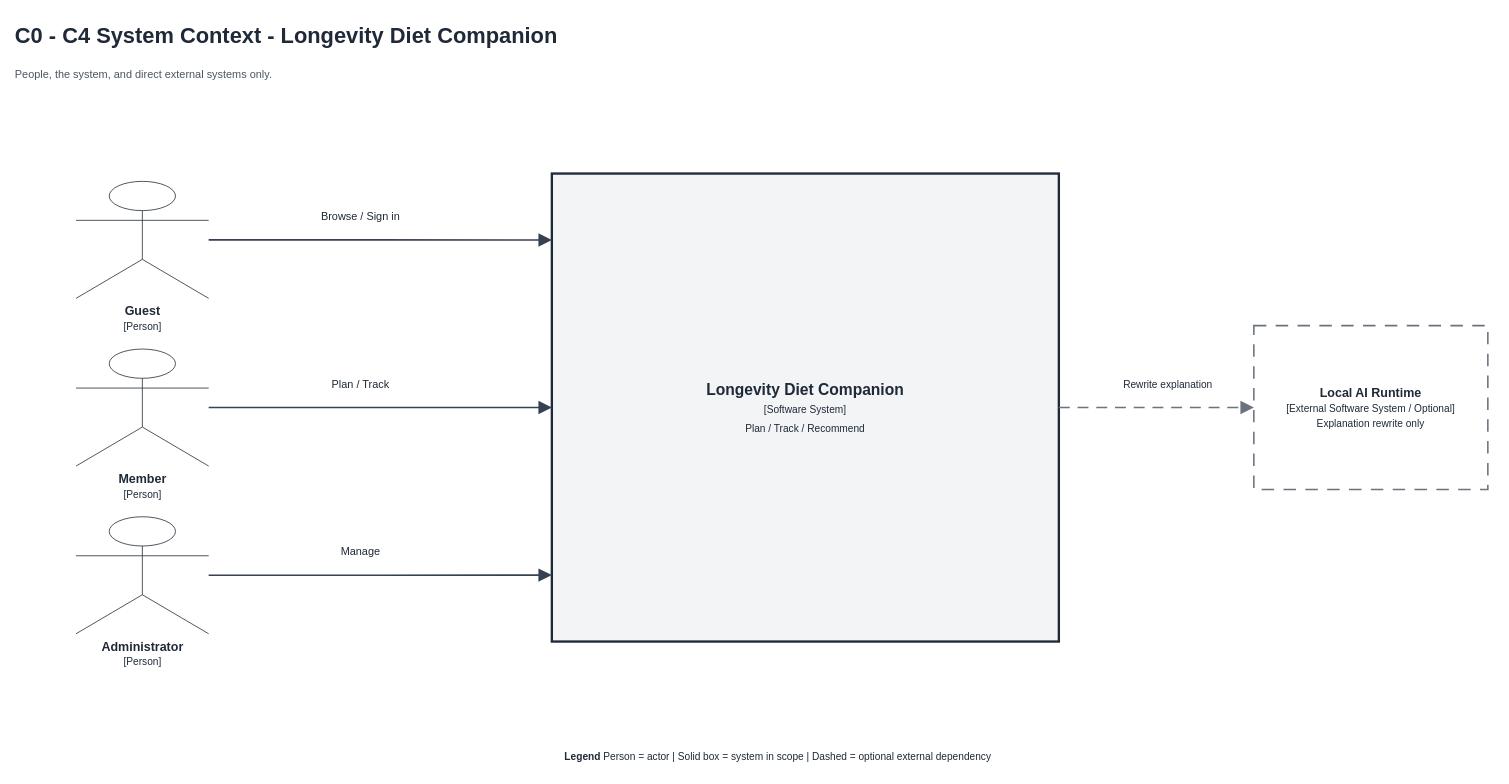
The draw.io diagram docs/architecture/01-system-context.drawio in YAHsaveme/FPTUSE_LongevityDiet, before the edit. Source tidied: cells renumbered, new cells numbered last; positions are measured from the earlier drawing's top-left corner, leaving out a move shared by most shapes. Both pictures are drawn from the tidied source at 78%, with x=0, y=0 at pixel (13, 13).
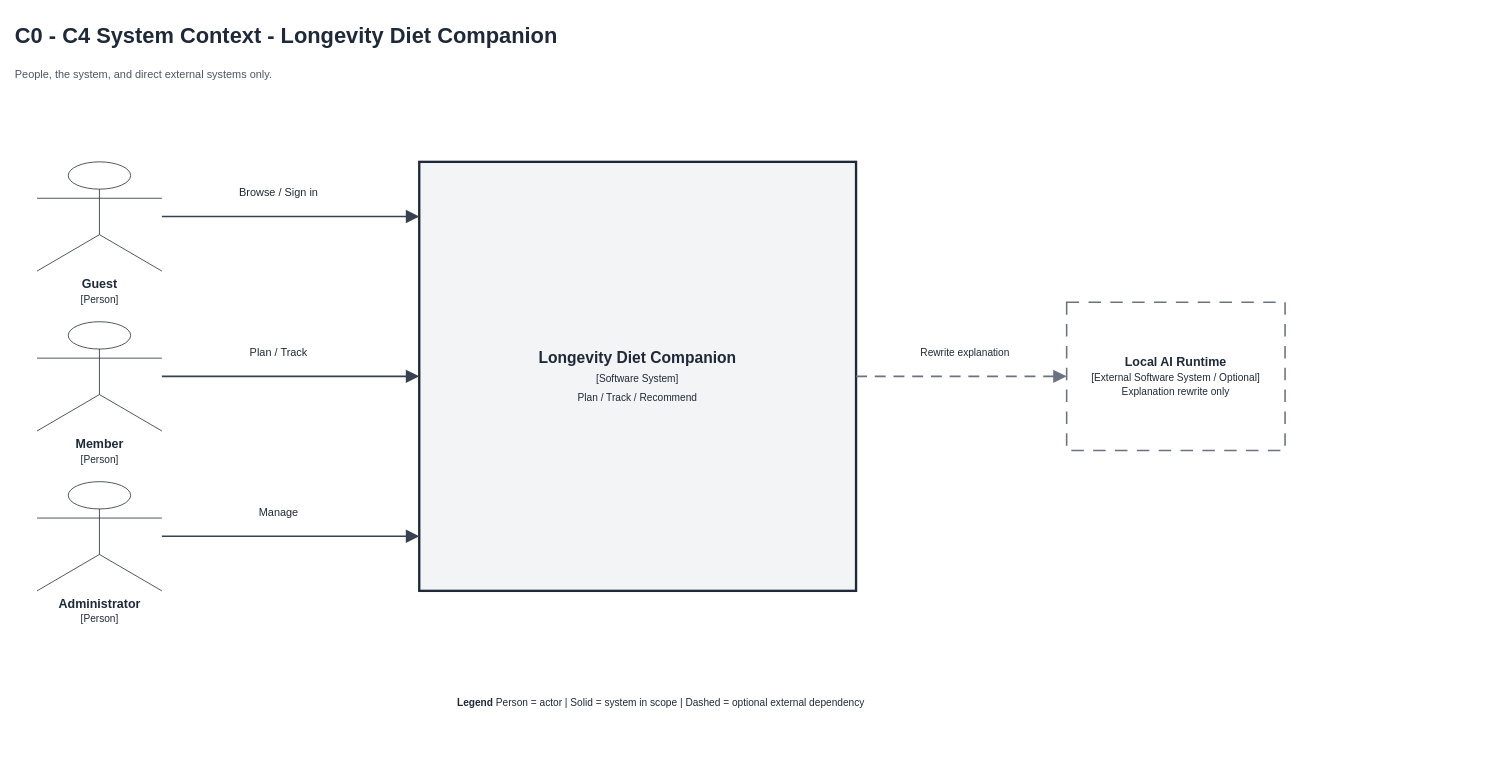
The same page after the edit.

Change to the diagram source:
```diff
@@
 <mxGraphModel>
   <root>
     <mxCell id="0" />
     <mxCell id="1" parent="0" />
     <mxCell id="2" value="C0 - C4 System Context - Longevity Diet Companion" style="text;html=1;strokeColor=none;fillColor=none;align=left;verticalAlign=middle;whiteSpace=wrap;rounded=0;fontFamily=Arial;fontColor=#1F2937;fontSize=28;align=left;fontColor=#1F2937;fontStyle=1;" parent="1" vertex="1">
-      <mxGeometry width="1900" height="55" as="geometry" />
+      <mxGeometry width="1640" height="55" as="geometry" />
     </mxCell>
     <mxCell id="3" value="People, the system, and direct external systems only." style="text;html=1;strokeColor=none;fillColor=none;align=left;verticalAlign=middle;whiteSpace=wrap;rounded=0;fontFamily=Arial;fontColor=#1F2937;fontSize=14;align=left;fontColor=#4B5563;" parent="1" vertex="1">
-      <mxGeometry y="58" width="1900" height="40" as="geometry" />
+      <mxGeometry y="58" width="1640" height="40" as="geometry" />
     </mxCell>
     <mxCell id="4" value="&lt;b&gt;Guest&lt;/b&gt;&lt;br&gt;&lt;font style='font-size:13px'&gt;[Person]&lt;/font&gt;" style="shape=umlActor;verticalLabelPosition=bottom;verticalAlign=top;html=1;strokeColor=#1F2937;fillColor=#FFFFFF;fontFamily=Arial;fontColor=#1F2937;fontSize=16;" parent="1" vertex="1">
-      <mxGeometry x="80" y="215" width="170" height="150" as="geometry" />
+      <mxGeometry x="30" y="190" width="160" height="140" as="geometry" />
     </mxCell>
     <mxCell id="5" value="&lt;b&gt;Member&lt;/b&gt;&lt;br&gt;&lt;font style='font-size:13px'&gt;[Person]&lt;/font&gt;" style="shape=umlActor;verticalLabelPosition=bottom;verticalAlign=top;html=1;strokeColor=#1F2937;fillColor=#FFFFFF;fontFamily=Arial;fontColor=#1F2937;fontSize=16;" parent="1" vertex="1">
-      <mxGeometry x="80" y="430" width="170" height="150" as="geometry" />
+      <mxGeometry x="30" y="395" width="160" height="140" as="geometry" />
     </mxCell>
     <mxCell id="6" value="&lt;b&gt;Administrator&lt;/b&gt;&lt;br&gt;&lt;font style='font-size:13px'&gt;[Person]&lt;/font&gt;" style="shape=umlActor;verticalLabelPosition=bottom;verticalAlign=top;html=1;strokeColor=#1F2937;fillColor=#FFFFFF;fontFamily=Arial;fontColor=#1F2937;fontSize=16;" parent="1" vertex="1">
-      <mxGeometry x="80" y="645" width="170" height="150" as="geometry" />
+      <mxGeometry x="30" y="600" width="160" height="140" as="geometry" />
     </mxCell>
     <mxCell id="7" value="&lt;b&gt;Longevity Diet Companion&lt;/b&gt;&lt;br&gt;&lt;font style='font-size:13px'&gt;[Software System]&lt;/font&gt;&lt;br&gt;&lt;font style='font-size:13px'&gt;Plan / Track / Recommend&lt;/font&gt;" style="rounded=0;whiteSpace=wrap;html=1;fillColor=#FFFFFF;strokeColor=#374151;strokeWidth=2;fontFamily=Arial;fontColor=#1F2937;align=center;verticalAlign=middle;fillColor=#F3F4F6;strokeColor=#1F2937;strokeWidth=3;fontSize=20;spacing=20;" parent="1" vertex="1">
-      <mxGeometry x="690" y="205" width="650" height="600" as="geometry" />
+      <mxGeometry x="520" y="190" width="560" height="550" as="geometry" />
     </mxCell>
     <mxCell id="8" value="&lt;b&gt;Local AI Runtime&lt;/b&gt;&lt;br&gt;&lt;font style='font-size:13px'&gt;[External Software System / Optional]&lt;/font&gt;&lt;br&gt;&lt;font style='font-size:13px'&gt;Explanation rewrite only&lt;/font&gt;" style="rounded=0;whiteSpace=wrap;html=1;fillColor=#FFFFFF;strokeColor=#374151;strokeWidth=2;fontFamily=Arial;fontColor=#1F2937;align=center;verticalAlign=middle;dashed=1;dashPattern=8 6;strokeColor=#6B7280;fontSize=16;spacing=14;" parent="1" vertex="1">
-      <mxGeometry x="1590" y="400" width="300" height="210" as="geometry" />
+      <mxGeometry x="1350" y="370" width="280" height="190" as="geometry" />
     </mxCell>
-    <mxCell id="9" style="edgeStyle=orthogonalEdgeStyle;rounded=0;curved=0;jettySize=auto;html=1;endArrow=block;endFill=1;endSize=12;strokeColor=#374151;strokeWidth=2;exitX=1;exitY=0.5;exitDx=0;exitDy=0;entryX=0;entryY=0.142;entryDx=0;entryDy=0;" parent="1" edge="1" source="4" target="7">
+    <mxCell id="9" style="edgeStyle=orthogonalEdgeStyle;rounded=0;curved=0;jettySize=auto;html=1;endArrow=block;endFill=1;endSize=12;strokeColor=#374151;strokeWidth=2;exitX=1;exitY=0.5;exitDx=0;exitDy=0;entryX=0;entryY=0.1272727273;entryDx=0;entryDy=0;" parent="1" edge="1" source="4" target="7">
       <mxGeometry relative="1" as="geometry" />
     </mxCell>
     <mxCell id="10" style="edgeStyle=orthogonalEdgeStyle;rounded=0;curved=0;jettySize=auto;html=1;endArrow=block;endFill=1;endSize=12;strokeColor=#374151;strokeWidth=2;exitX=1;exitY=0.5;exitDx=0;exitDy=0;entryX=0;entryY=0.5;entryDx=0;entryDy=0;" parent="1" edge="1" source="5" target="7">
       <mxGeometry relative="1" as="geometry" />
     </mxCell>
-    <mxCell id="11" style="edgeStyle=orthogonalEdgeStyle;rounded=0;curved=0;jettySize=auto;html=1;endArrow=block;endFill=1;endSize=12;strokeColor=#374151;strokeWidth=2;exitX=1;exitY=0.5;exitDx=0;exitDy=0;entryX=0;entryY=0.858;entryDx=0;entryDy=0;" parent="1" edge="1" source="6" target="7">
+    <mxCell id="11" style="edgeStyle=orthogonalEdgeStyle;rounded=0;curved=0;jettySize=auto;html=1;endArrow=block;endFill=1;endSize=12;strokeColor=#374151;strokeWidth=2;exitX=1;exitY=0.5;exitDx=0;exitDy=0;entryX=0;entryY=0.8727272727;entryDx=0;entryDy=0;" parent="1" edge="1" source="6" target="7">
       <mxGeometry relative="1" as="geometry" />
     </mxCell>
     <mxCell id="12" style="edgeStyle=orthogonalEdgeStyle;rounded=0;curved=0;jettySize=auto;html=1;endArrow=block;endFill=1;endSize=12;strokeColor=#374151;strokeWidth=2;dashed=1;dashPattern=7 5;strokeColor=#6B7280;exitX=1;exitY=0.5;exitDx=0;exitDy=0;entryX=0;entryY=0.5;entryDx=0;entryDy=0;" parent="1" edge="1" source="7" target="8">
       <mxGeometry relative="1" as="geometry" />
     </mxCell>
     <mxCell id="13" value="Browse / Sign in" style="text;html=1;strokeColor=none;fillColor=none;align=left;verticalAlign=middle;whiteSpace=wrap;rounded=0;fontFamily=Arial;fontColor=#1F2937;fontSize=14;align=center;fontColor=#1F2937;" parent="1" vertex="1">
-      <mxGeometry x="320" y="245" width="250" height="30" as="geometry" />
+      <mxGeometry x="245" y="215" width="190" height="28" as="geometry" />
     </mxCell>
     <mxCell id="14" value="Plan / Track" style="text;html=1;strokeColor=none;fillColor=none;align=left;verticalAlign=middle;whiteSpace=wrap;rounded=0;fontFamily=Arial;fontColor=#1F2937;fontSize=14;align=center;fontColor=#1F2937;" parent="1" vertex="1">
-      <mxGeometry x="320" y="460" width="250" height="30" as="geometry" />
+      <mxGeometry x="245" y="420" width="190" height="28" as="geometry" />
     </mxCell>
     <mxCell id="15" value="Manage" style="text;html=1;strokeColor=none;fillColor=none;align=left;verticalAlign=middle;whiteSpace=wrap;rounded=0;fontFamily=Arial;fontColor=#1F2937;fontSize=14;align=center;fontColor=#1F2937;" parent="1" vertex="1">
-      <mxGeometry x="320" y="675" width="250" height="30" as="geometry" />
+      <mxGeometry x="245" y="625" width="190" height="28" as="geometry" />
     </mxCell>
     <mxCell id="16" value="Rewrite explanation" style="text;html=1;strokeColor=none;fillColor=none;align=left;verticalAlign=middle;whiteSpace=wrap;rounded=0;fontFamily=Arial;fontColor=#1F2937;fontSize=13;align=center;fontColor=#1F2937;" parent="1" vertex="1">
-      <mxGeometry x="1380" y="460" width="200" height="30" as="geometry" />
+      <mxGeometry x="1125" y="420" width="190" height="28" as="geometry" />
     </mxCell>
-    <mxCell id="17" value="&lt;b&gt;Legend&lt;/b&gt;  Person = actor  |  Solid box = system in scope  |  Dashed = optional external dependency" style="text;html=1;strokeColor=none;fillColor=none;align=left;verticalAlign=middle;whiteSpace=wrap;rounded=0;fontFamily=Arial;fontColor=#1F2937;fontSize=13;align=center;fontColor=#1F2937;" parent="1" vertex="1">
-      <mxGeometry x="350" y="935" width="1260" height="36" as="geometry" />
+    <mxCell id="17" value="&lt;b&gt;Legend&lt;/b&gt;  Person = actor  |  Solid = system in scope  |  Dashed = optional external dependency" style="text;html=1;strokeColor=none;fillColor=none;align=left;verticalAlign=middle;whiteSpace=wrap;rounded=0;fontFamily=Arial;fontColor=#1F2937;fontSize=13;align=center;fontColor=#1F2937;" parent="1" vertex="1">
+      <mxGeometry x="280" y="865" width="1100" height="36" as="geometry" />
     </mxCell>
   </root>
 </mxGraphModel>
```
